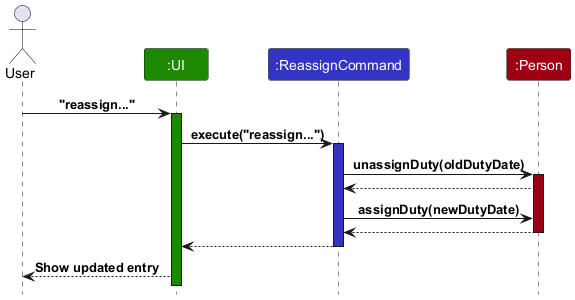
Above: docs/diagrams/ReassignCommandSequenceDiagram.png in zihung20/tp (PlantUML), before the change.
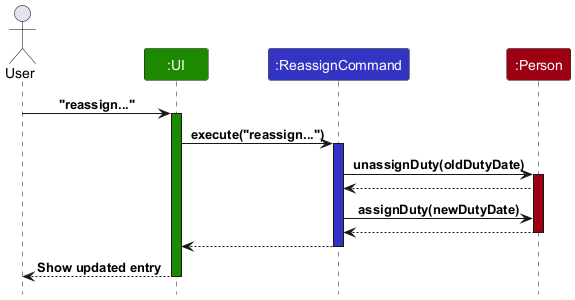
Above is the later version.

Commit message:
Fix activation bar error for UI

Change to the diagram source:
```diff
@@ -29,5 +29,6 @@
 deactivate
 
 Ui --> User : Show updated entry
+deactivate Ui
 
 @enduml
```
